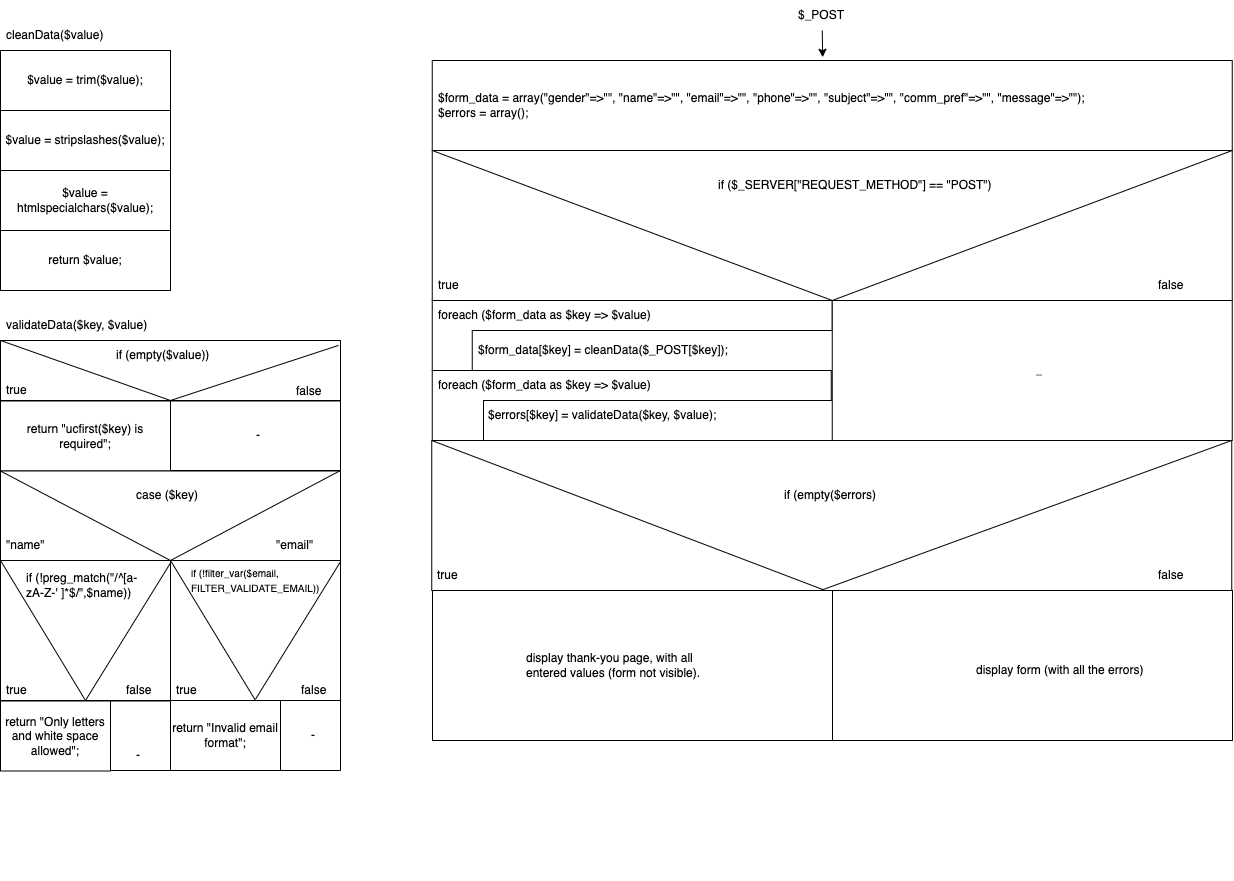
This is Diagrams/form_psd.drawio.png from JeroenHeemskerk/educom-webshop-basis-1688463739, a draw.io export, as it was before one commit. Source tidied: cells renumbered, new cells last; positions are measured from the earlier drawing's top-left corner, leaving out a move shared by most shapes.
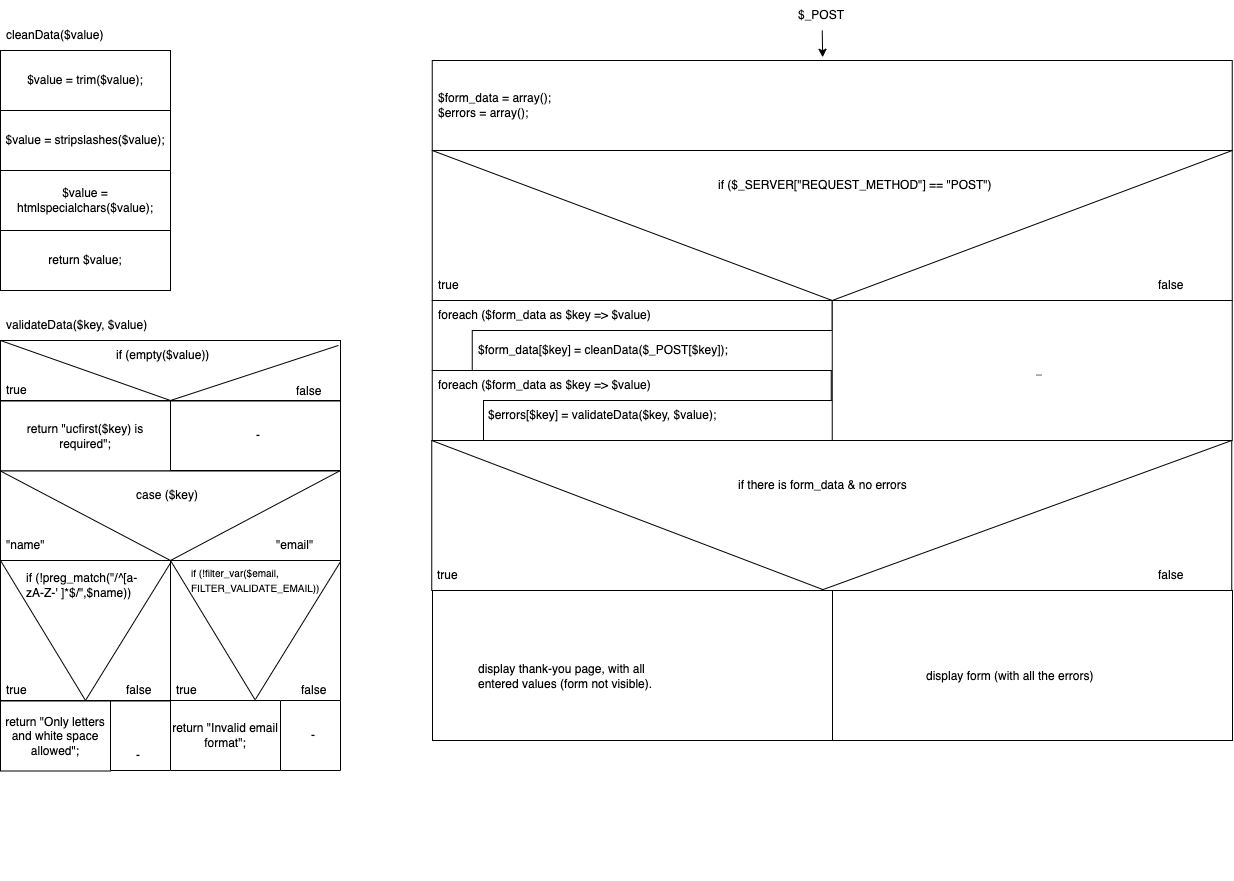
After the commit.

Commit message:
Server-side processing of form data working. (#5)

What changed in the source:
```diff
@@ -165,7 +165,7 @@
     <mxCell id="52" value="foreach ($form_data as $key =&amp;gt; $value)" style="text;strokeColor=none;fillColor=none;align=left;verticalAlign=middle;spacingLeft=4;spacingRight=4;overflow=hidden;whiteSpace=wrap;html=1;fontSize=12;fontColor=#000000;" parent="1" vertex="1">
       <mxGeometry x="431.8" y="370" width="400" height="30" as="geometry" />
     </mxCell>
-    <mxCell id="53" value="&lt;span style=&quot;text-align: center;&quot; class=&quot;phpcolor&quot;&gt;$form_data = array(&quot;gender&quot;=&amp;gt;&quot;&quot;, &quot;name&quot;=&amp;gt;&quot;&quot;, &quot;email&quot;=&amp;gt;&quot;&quot;, &quot;phone&quot;=&amp;gt;&quot;&quot;, &quot;subject&quot;=&amp;gt;&quot;&quot;, &quot;comm_pref&quot;=&amp;gt;&quot;&quot;, &quot;message&quot;=&amp;gt;&quot;&quot;);&lt;br&gt;&lt;span style=&quot;background-color: initial; text-align: left;&quot;&gt;$errors =&amp;nbsp;&lt;/span&gt;&lt;/span&gt;&lt;span style=&quot;text-align: center;&quot;&gt;array();&lt;/span&gt;" style="text;strokeColor=none;fillColor=none;align=left;verticalAlign=middle;spacingLeft=4;spacingRight=4;overflow=hidden;points=[[0,0.5],[1,0.5]];portConstraint=eastwest;whiteSpace=wrap;html=1;fontSize=12;fontColor=#000000;" parent="1" vertex="1">
+    <mxCell id="53" value="&lt;span style=&quot;text-align: center;&quot; class=&quot;phpcolor&quot;&gt;$form_data = array();&lt;br&gt;&lt;span style=&quot;background-color: initial; text-align: left;&quot;&gt;$errors =&amp;nbsp;&lt;/span&gt;&lt;/span&gt;&lt;span style=&quot;text-align: center;&quot;&gt;array();&lt;/span&gt;" style="text;strokeColor=none;fillColor=none;align=left;verticalAlign=middle;spacingLeft=4;spacingRight=4;overflow=hidden;points=[[0,0.5],[1,0.5]];portConstraint=eastwest;whiteSpace=wrap;html=1;fontSize=12;fontColor=#000000;" parent="1" vertex="1">
       <mxGeometry x="431.8" y="60" width="800" height="90" as="geometry" />
     </mxCell>
     <mxCell id="54" style="group;fontColor=#000000;" parent="1" vertex="1">
@@ -186,8 +186,8 @@
     <mxCell id="59" style="endArrow=none;html=1;fontSize=7;entryX=0;entryY=0;entryDx=0;entryDy=0;exitX=0.489;exitY=0.994;exitDx=0;exitDy=0;exitPerimeter=0;" parent="54" edge="1" source="57" target="57">
       <mxGeometry relative="1" as="geometry" />
     </mxCell>
-    <mxCell id="60" value="if (empty($errors)" style="text;strokeColor=none;fillColor=none;align=left;verticalAlign=middle;spacingLeft=4;spacingRight=4;overflow=hidden;whiteSpace=wrap;html=1;fontSize=12;fontColor=#000000;" parent="54" vertex="1">
-      <mxGeometry x="295.8" y="80" width="107" height="30" as="geometry" />
+    <mxCell id="60" value="if there is form_data &amp;amp; no errors" style="text;strokeColor=none;fillColor=none;align=left;verticalAlign=middle;spacingLeft=4;spacingRight=4;overflow=hidden;whiteSpace=wrap;html=1;fontSize=12;fontColor=#000000;" parent="54" vertex="1">
+      <mxGeometry x="250" y="70" width="250" height="30" as="geometry" />
     </mxCell>
     <mxCell id="61" value="true" style="text;strokeColor=none;fillColor=none;align=left;verticalAlign=middle;spacingLeft=4;spacingRight=4;overflow=hidden;whiteSpace=wrap;html=1;fontSize=12;fontColor=#000000;" parent="54" vertex="1">
       <mxGeometry x="-50.8" y="160" width="80" height="30" as="geometry" />
@@ -231,10 +231,10 @@
       <mxGeometry x="832" y="590" width="400" height="150" as="geometry" />
     </mxCell>
     <mxCell id="73" value="display thank-you page, with all entered values (form not visible)." style="text;strokeColor=none;fillColor=none;align=left;verticalAlign=middle;spacingLeft=4;spacingRight=4;overflow=hidden;whiteSpace=wrap;html=1;fontSize=12;fontColor=#000000;" parent="1" vertex="1">
-      <mxGeometry x="520" y="635" width="200" height="60" as="geometry" />
+      <mxGeometry x="471.8" y="646" width="200" height="60" as="geometry" />
     </mxCell>
     <mxCell id="74" value="display form (with all the errors)" style="text;strokeColor=none;fillColor=none;align=left;verticalAlign=middle;spacingLeft=4;spacingRight=4;overflow=hidden;whiteSpace=wrap;html=1;fontSize=12;fontColor=#000000;" parent="1" vertex="1">
-      <mxGeometry x="970" y="640" width="200" height="60" as="geometry" />
+      <mxGeometry x="920" y="646" width="200" height="60" as="geometry" />
     </mxCell>
     <mxCell id="75" value="_" style="text;strokeColor=none;fillColor=none;align=left;verticalAlign=middle;spacingLeft=4;spacingRight=4;overflow=hidden;whiteSpace=wrap;html=1;fontSize=11;" parent="1" vertex="1">
       <mxGeometry x="1030" y="355" width="80" height="30" as="geometry" />
```
